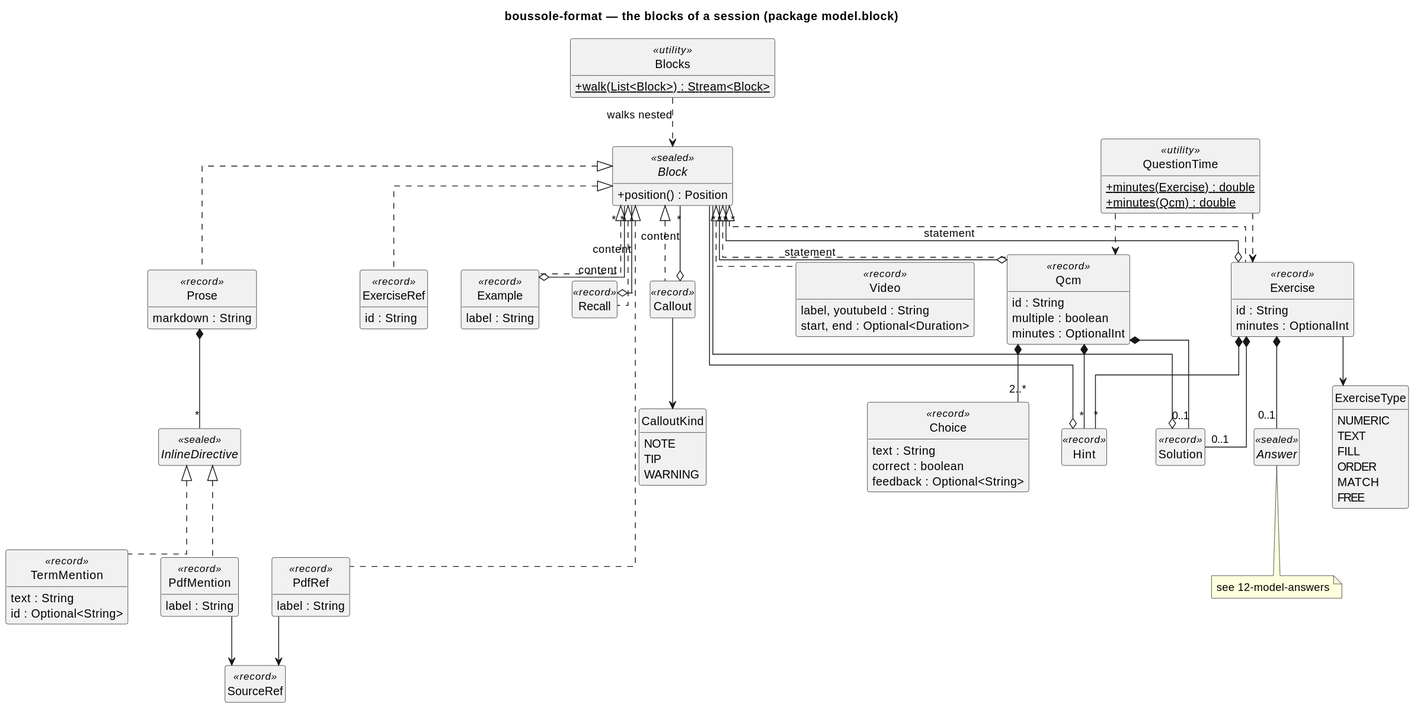
This is docs/diagrams/11-model-blocks.svg from lucasssoh/Boussole, a PlantUML export, as it was before one commit.
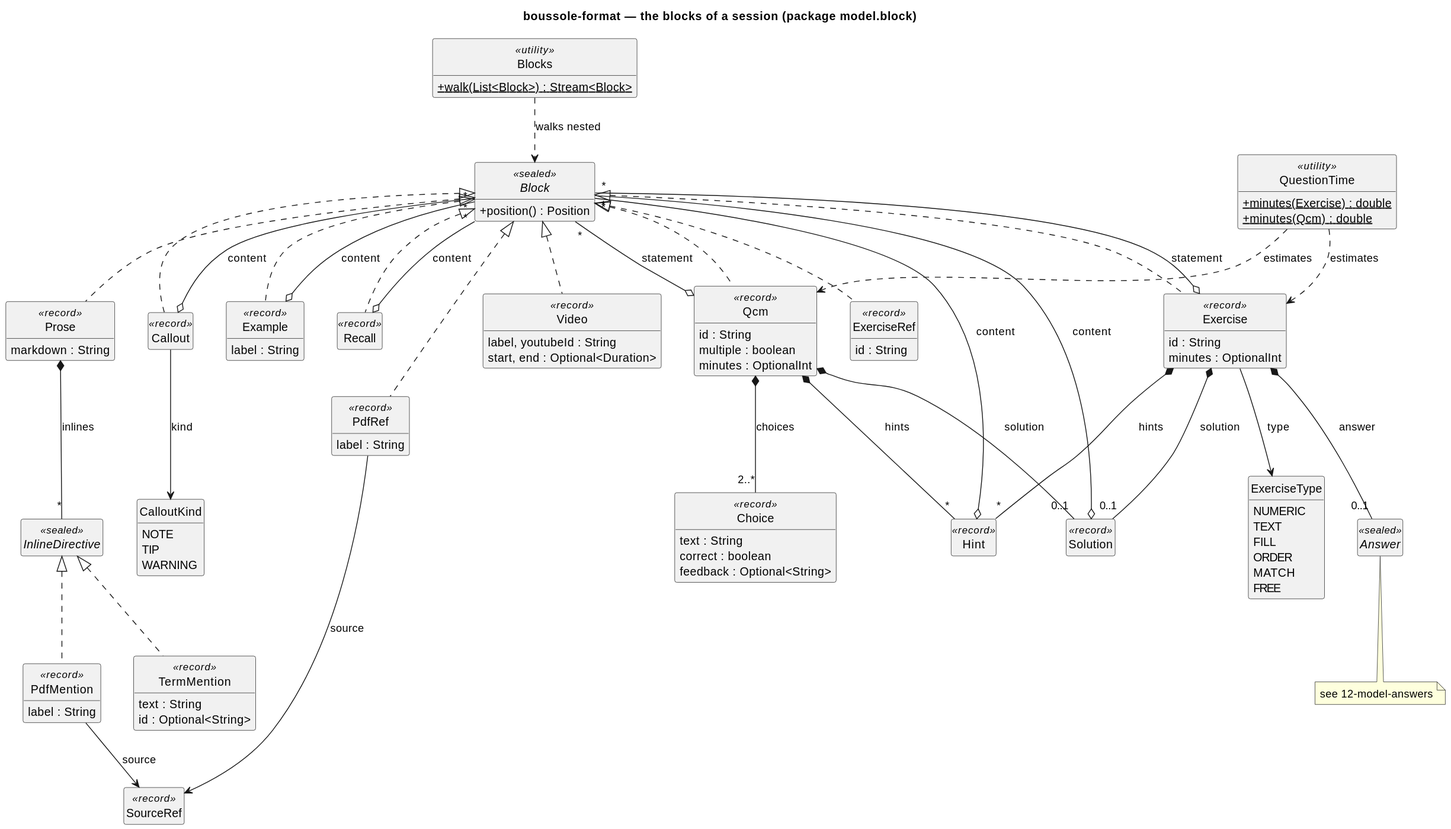
After the change.

The edit, as a diff of the source:
```diff
@@ -1,7 +1,6 @@
 @startuml
 skinparam packageStyle rectangle
 skinparam classAttributeIconSize 0
-skinparam linetype ortho
 skinparam nodesep 40
 skinparam ranksep 50
 hide empty members
@@ -87,30 +86,30 @@
 Block <|.. Qcm
 Block <|.. ExerciseRef
 
-Prose *-- "*" InlineDirective
+Prose *-- "*" InlineDirective : inlines
 InlineDirective <|.. TermMention
 InlineDirective <|.. PdfMention
-PdfMention --> SourceRef
-PdfRef --> SourceRef
+PdfMention --> SourceRef : source
+PdfRef --> SourceRef : source
 
 Example o-- "*" Block : content
 Recall o-- "*" Block : content
 Callout o-- "*" Block : content
-Callout --> CalloutKind
+Callout --> CalloutKind : kind
 
-Exercise --> ExerciseType
+Exercise --> ExerciseType : type
 Exercise o-- "*" Block : statement
-Exercise *-- "0..1" Answer
-Exercise *-- "*" Hint
-Exercise *-- "0..1" Solution
+Exercise *-- "0..1" Answer : answer
+Exercise *-- "*" Hint : hints
+Exercise *-- "0..1" Solution : solution
 Qcm o-- "*" Block : statement
-Qcm *-- "2..*" Choice
-Qcm *-- "*" Hint
-Qcm *-- "0..1" Solution
-Hint o-- "*" Block
-Solution o-- "*" Block
+Qcm *-- "2..*" Choice : choices
+Qcm *-- "*" Hint : hints
+Qcm *-- "0..1" Solution : solution
+Hint o-- "*" Block : content
+Solution o-- "*" Block : content
 
 Blocks ..> Block : walks nested
-QuestionTime ..> Exercise
-QuestionTime ..> Qcm
+QuestionTime ..> Exercise : estimates
+QuestionTime ..> Qcm : estimates
 @enduml
```
